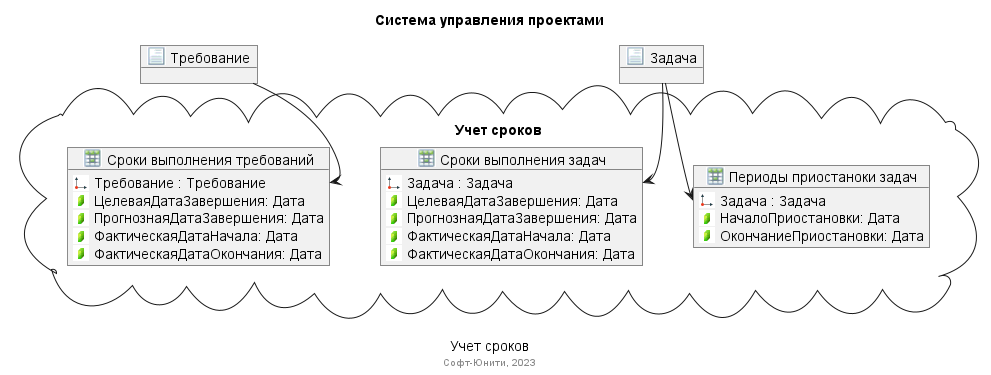
Above: out/Учет сроков/Учет сроков.png in medm86/SUP (PlantUML), before the change.
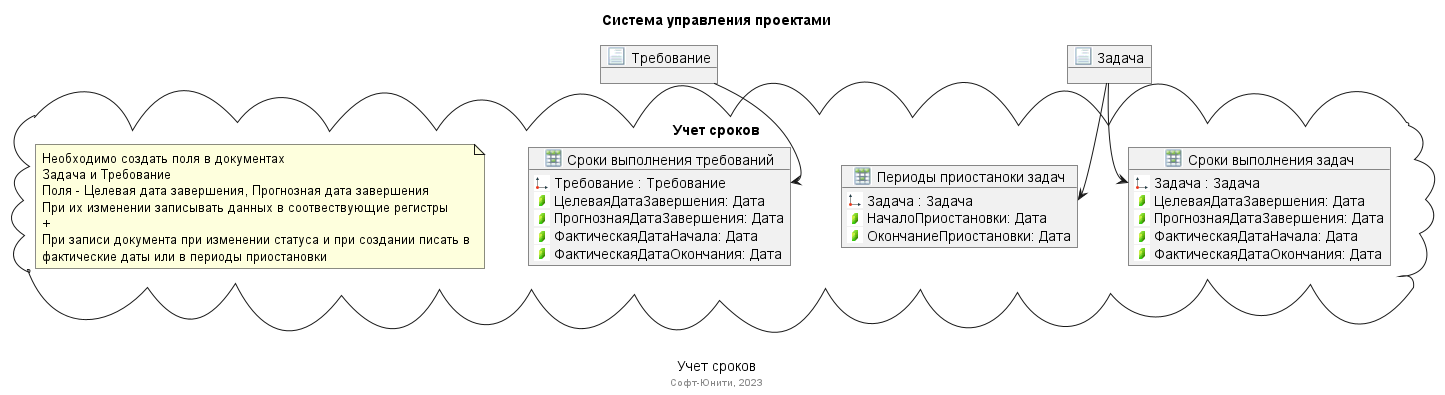
The same file after the commit.

Change to the diagram source:
```diff
@@ -35,7 +35,17 @@
         <$r> НачалоПриостановки: Дата
         <$r> ОкончаниеПриостановки: Дата
     }
-     Задача --> ПериодыПриостановкиЗадач::Задача
+    Задача --> ПериодыПриостановкиЗадач::Задача
+
+    note as note1
+    Необходимо создать поля в документах
+    Задача и Требование
+    Поля - Целевая дата завершения, Прогнозная дата завершения
+    При их изменении записывать данных в соотвествующие регистры
+    +
+    При записи документа при изменении статуса и при создании писать в
+    фактические даты или в периоды приостановки
+    endnote
 }
 
 @enduml
```
